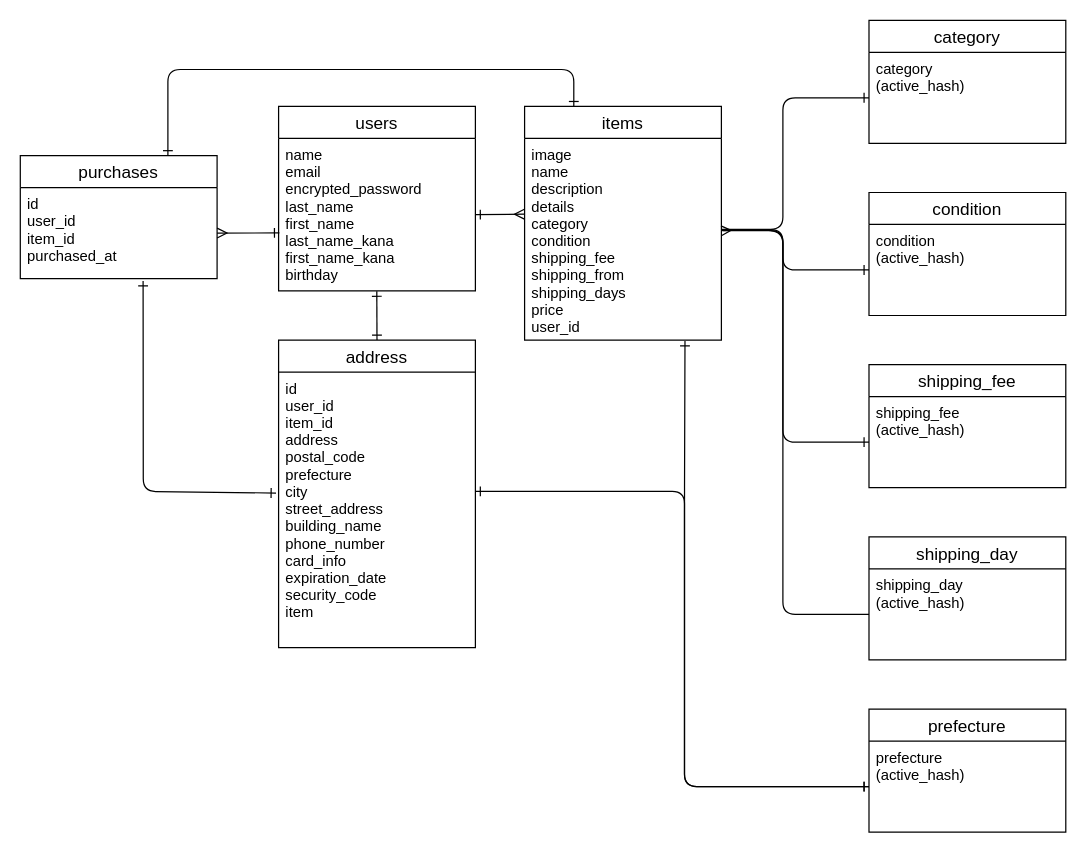
Above: test.dio in sakimomo/furima-39901 (draw.io), before the change. Source tidied: cells renumbered, new cells numbered last; positions are measured from the earlier drawing's top-left corner, leaving out a move shared by most shapes. Both pictures are drawn from the tidied source at 123%, with x=0, y=0 at pixel (20, 20).
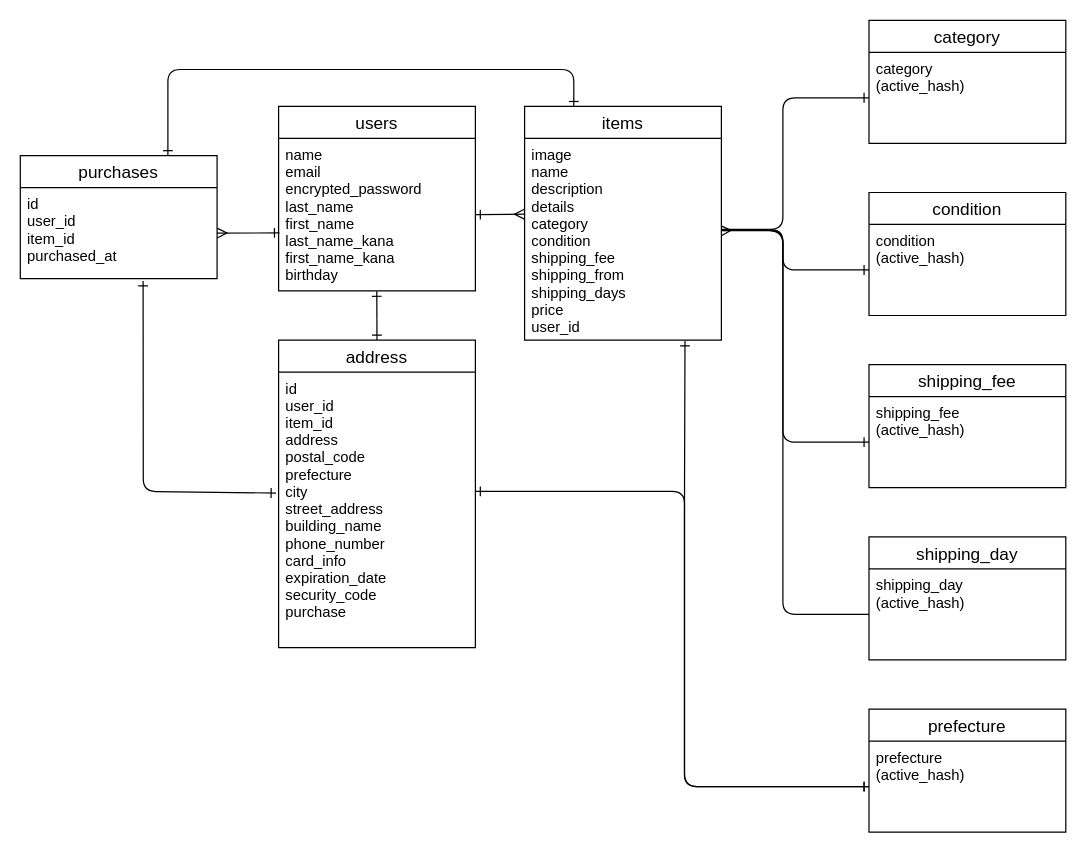
After the change.

Commit message (it also covers changes not shown here):
データベース設計

The change refers to these unchanged cells:
```xml
<mxCell id="10" value="address" style="swimlane;fontStyle=0;horizontal=1;startSize=26;align=center;fontSize=14;strokeColor=default;" parent="1" vertex="1">
  <mxGeometry x="210" y="260" width="160" height="250" as="geometry" />
</mxCell>
```

What changed in the source:
```diff
@@
-    <mxCell id="11" value="id&#10;user_id&#10;item_id&#10;address&#10;postal_code&#10;prefecture&#10;city&#10;street_address&#10;building_name&#10;phone_number&#10;card_info&#10;expiration_date&#10;security_code&#10;item" style="text;strokeColor=none;fillColor=none;spacingLeft=4;spacingRight=4;overflow=hidden;points=[[0,0.5],[1,0.5]];portConstraint=eastwest;fontSize=12;" parent="10" vertex="1">
+    <mxCell id="11" value="id&#10;user_id&#10;item_id&#10;address&#10;postal_code&#10;prefecture&#10;city&#10;street_address&#10;building_name&#10;phone_number&#10;card_info&#10;expiration_date&#10;security_code&#10;purchase" style="text;strokeColor=none;fillColor=none;spacingLeft=4;spacingRight=4;overflow=hidden;points=[[0,0.5],[1,0.5]];portConstraint=eastwest;fontSize=12;" parent="10" vertex="1">
       <mxGeometry y="26" width="160" height="224" as="geometry" />
     </mxCell>
```
